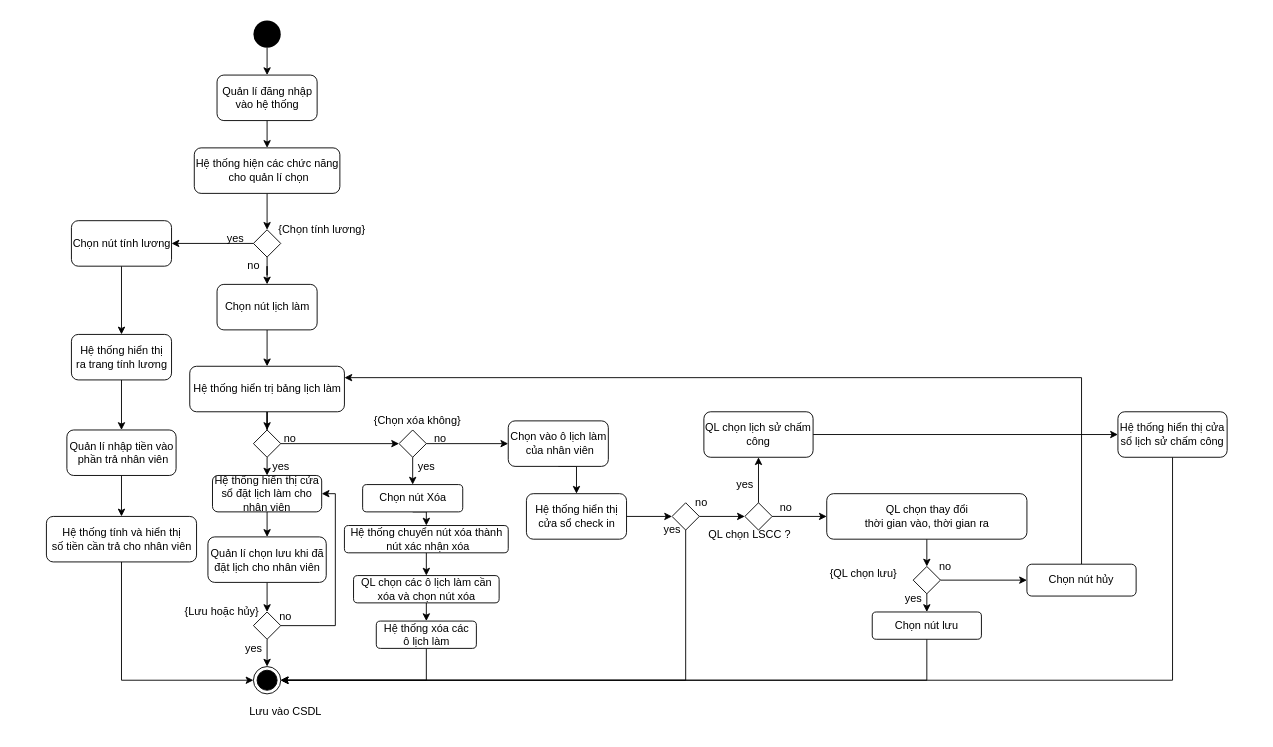
This is Thiết kế/Activity/Chấm công.drawio from CNPM-Team-1/CNPM, a draw.io file, before an edit. Source tidied: cells renumbered, new cells numbered last; positions are measured from the earlier drawing's top-left corner, leaving out a move shared by most shapes. Both pictures are drawn from the tidied source at 91%, with x=0, y=0 at pixel (46, 20).
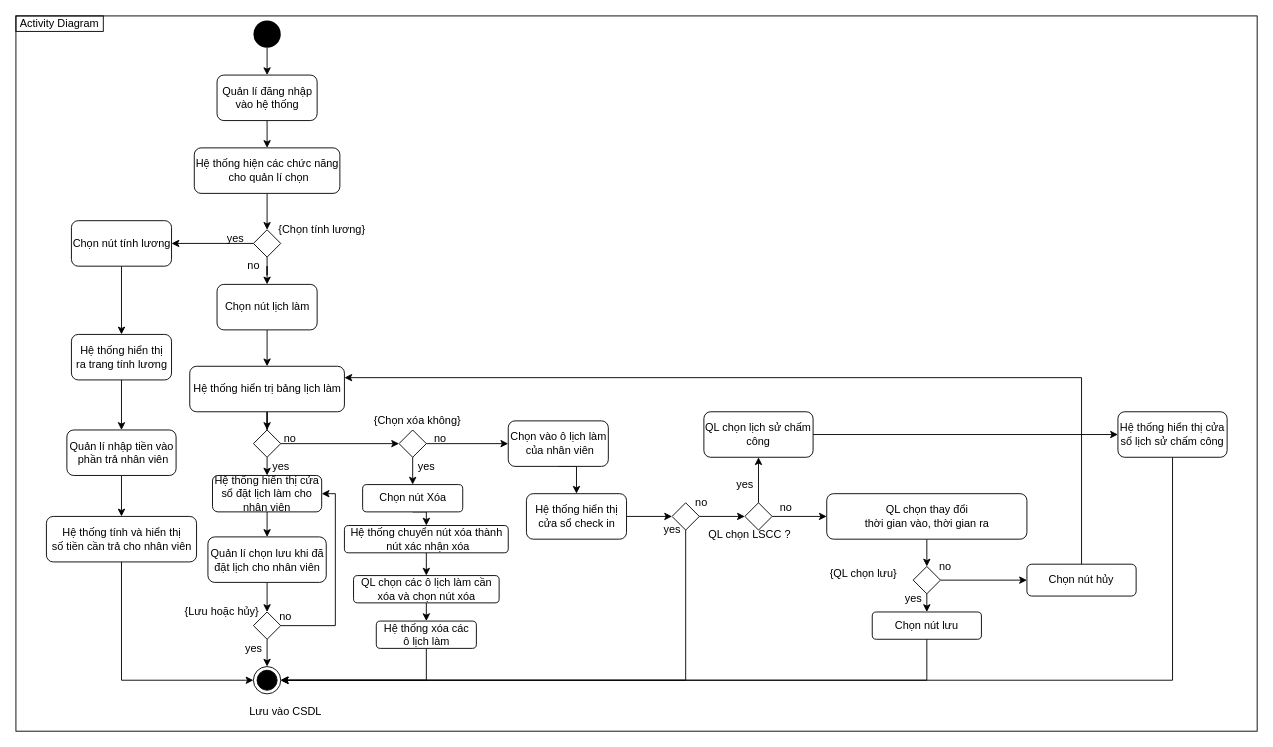
Above is the later version.

The edit, as a diff of the source:
```diff
@@
+    <mxCell id="88" style="rounded=0;whiteSpace=wrap;html=1;fillColor=none;" parent="1" vertex="1">
+      <mxGeometry x="-33" y="-5" width="1364" height="786" as="geometry" />
+    </mxCell>
@@
+    <mxCell id="89" value="Activity Diagram" style="rounded=0;whiteSpace=wrap;html=1;fillColor=none;" parent="1" vertex="1">
+      <mxGeometry x="-33" y="-5" width="96" height="17" as="geometry" />
+    </mxCell>
```
